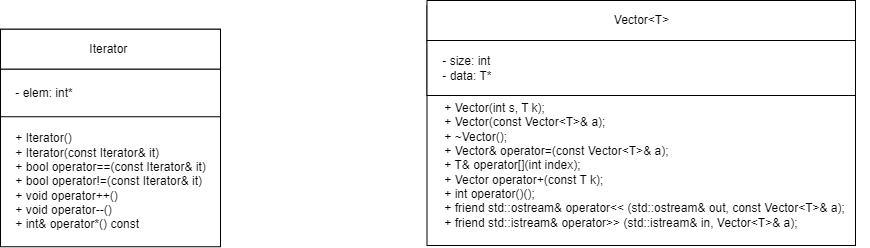
Before: 2 Семестр/Class/Лаба 7/Лаба 7 Классы.png, a diagram exported from draw.io (IlyaFedoseev227/LABS-PNRPU-IVT-22-1b). Source tidied: cells renumbered, new cells last; positions are measured from the earlier drawing's top-left corner, leaving out a move shared by most shapes.
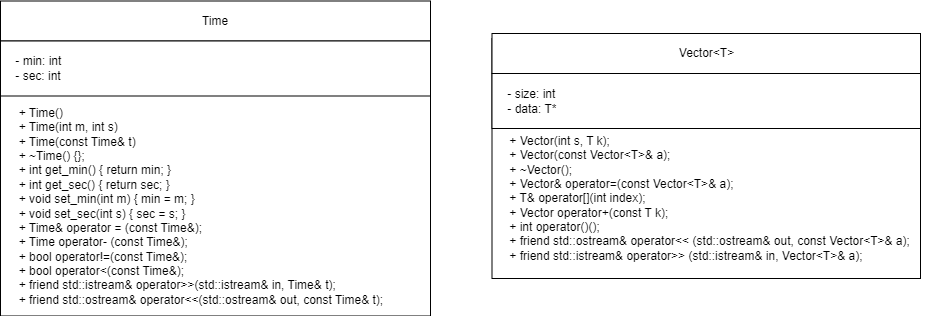
The same file after the commit.

What changed in the source:
```diff
@@ -17,20 +17,20 @@
     <mxCell id="6" value="&lt;div&gt;&amp;nbsp; &amp;nbsp; + Vector(int s, T k);&lt;span style=&quot;&quot;&gt;&lt;/span&gt;&lt;/div&gt;&lt;div&gt;&lt;span style=&quot;&quot;&gt;&lt;span style=&quot;&quot;&gt;&lt;span style=&quot;white-space: pre;&quot;&gt;&amp;nbsp;&amp;nbsp;&amp;nbsp;&amp;nbsp;+ &lt;/span&gt;&lt;/span&gt;Vector(const Vector&amp;lt;T&amp;gt;&amp;amp; a);&lt;/span&gt;&lt;/div&gt;&lt;div&gt;&lt;span style=&quot;&quot;&gt;&lt;span style=&quot;&quot;&gt;&lt;span style=&quot;white-space: pre;&quot;&gt;&amp;nbsp;&amp;nbsp;&amp;nbsp;&amp;nbsp;+ &lt;/span&gt;&lt;/span&gt;~Vector();&lt;/span&gt;&lt;/div&gt;&lt;div&gt;&lt;span style=&quot;&quot;&gt;&lt;span style=&quot;&quot;&gt;&lt;span style=&quot;white-space: pre;&quot;&gt;&amp;nbsp;&amp;nbsp;&amp;nbsp;&amp;nbsp;+ &lt;/span&gt;&lt;/span&gt;Vector&amp;amp; operator=(const Vector&amp;lt;T&amp;gt;&amp;amp; a);&lt;/span&gt;&lt;/div&gt;&lt;div&gt;&lt;span style=&quot;&quot;&gt;&lt;span style=&quot;&quot;&gt;&lt;span style=&quot;white-space: pre;&quot;&gt;&amp;nbsp;&amp;nbsp;&amp;nbsp;&amp;nbsp;+ &lt;/span&gt;&lt;/span&gt;T&amp;amp; operator[](int index);&lt;/span&gt;&lt;/div&gt;&lt;div&gt;&lt;span style=&quot;&quot;&gt;&lt;span style=&quot;&quot;&gt;&lt;span style=&quot;white-space: pre;&quot;&gt;&amp;nbsp;&amp;nbsp;&amp;nbsp;&amp;nbsp;+ &lt;/span&gt;&lt;/span&gt;Vector operator+(const T k);&lt;/span&gt;&lt;/div&gt;&lt;div&gt;&lt;span style=&quot;&quot;&gt;&lt;span style=&quot;&quot;&gt;&lt;span style=&quot;white-space: pre;&quot;&gt;&amp;nbsp;&amp;nbsp;&amp;nbsp;&amp;nbsp;+ &lt;/span&gt;&lt;/span&gt;int operator()();&lt;/span&gt;&lt;/div&gt;&lt;div&gt;&lt;span style=&quot;&quot;&gt;&lt;span style=&quot;&quot;&gt;&lt;span style=&quot;white-space: pre;&quot;&gt;&amp;nbsp;&amp;nbsp;&amp;nbsp;&amp;nbsp;+ &lt;/span&gt;&lt;/span&gt;friend std::ostream&amp;amp; operator&amp;lt;&amp;lt; (std::ostream&amp;amp; out, const Vector&amp;lt;T&amp;gt;&amp;amp; a);&lt;/span&gt;&lt;/div&gt;&lt;div&gt;&lt;span style=&quot;&quot;&gt;&lt;span style=&quot;&quot;&gt;&lt;span style=&quot;white-space: pre;&quot;&gt;&amp;nbsp;&amp;nbsp;&amp;nbsp;&amp;nbsp;+ &lt;/span&gt;&lt;/span&gt;friend std::istream&amp;amp; operator&amp;gt;&amp;gt; (std::istream&amp;amp; in, Vector&amp;lt;T&amp;gt;&amp;amp; a);&lt;/span&gt;&lt;/div&gt;" style="text;html=1;align=left;verticalAlign=middle;strokeColor=none;fillColor=none;" parent="1" vertex="1">
       <mxGeometry x="429" y="95" width="440" height="140" as="geometry" />
     </mxCell>
-    <mxCell id="7" style="rounded=0;whiteSpace=wrap;html=1;" parent="1" vertex="1">
-      <mxGeometry y="28.8" width="220" height="217.5" as="geometry" />
-    </mxCell>
-    <mxCell id="8" value="Iterator&amp;nbsp;" style="rounded=0;whiteSpace=wrap;html=1;" parent="1" vertex="1">
-      <mxGeometry y="28.8" width="220" height="40" as="geometry" />
-    </mxCell>
-    <mxCell id="9" value="&lt;div&gt;&amp;nbsp; &amp;nbsp; + Iterator()&lt;/div&gt;&lt;div&gt;&amp;nbsp; &amp;nbsp; +&amp;nbsp;Iterator(const Iterator&amp;amp; it)&lt;/div&gt;&lt;div&gt;&amp;nbsp; &amp;nbsp; +&amp;nbsp;bool operator==(const Iterator&amp;amp; it)&amp;nbsp;&lt;/div&gt;&lt;div&gt;&lt;span style=&quot;background-color: initial;&quot;&gt;&amp;nbsp; &amp;nbsp; +&amp;nbsp;bool operator!=(const Iterator&amp;amp; it)&lt;/span&gt;&lt;/div&gt;&lt;div&gt;&lt;span style=&quot;background-color: initial;&quot;&gt;&amp;nbsp; &amp;nbsp; + void operator++()&lt;/span&gt;&lt;/div&gt;&lt;div&gt;&lt;span style=&quot;background-color: initial;&quot;&gt;&amp;nbsp; &amp;nbsp; + void operator--()&lt;/span&gt;&lt;/div&gt;&lt;div&gt;&lt;span style=&quot;background-color: initial;&quot;&gt;&amp;nbsp; &amp;nbsp; + int&amp;amp; operator*() const&lt;/span&gt;&lt;/div&gt;" style="text;html=1;align=left;verticalAlign=middle;strokeColor=none;fillColor=none;" parent="1" vertex="1">
-      <mxGeometry y="126.2" width="230" height="110" as="geometry" />
-    </mxCell>
-    <mxCell id="10" value="&lt;div style=&quot;text-align: left;&quot;&gt;&lt;/div&gt;" style="rounded=0;whiteSpace=wrap;html=1;" parent="1" vertex="1">
-      <mxGeometry y="68.8" width="220" height="47.5" as="geometry" />
-    </mxCell>
-    <mxCell id="11" value="&lt;div style=&quot;border-color: var(--border-color);&quot;&gt;&lt;div style=&quot;border-color: var(--border-color);&quot;&gt;&lt;div style=&quot;border-color: var(--border-color);&quot;&gt;&lt;span style=&quot;&quot;&gt;&amp;nbsp;&amp;nbsp;&amp;nbsp;&amp;nbsp;- elem&lt;/span&gt;&lt;span style=&quot;background-color: initial;&quot;&gt;: int*&lt;/span&gt;&lt;/div&gt;&lt;/div&gt;&lt;/div&gt;" style="text;html=1;align=left;verticalAlign=middle;strokeColor=none;fillColor=none;" parent="1" vertex="1">
-      <mxGeometry y="77.5" width="90" height="30" as="geometry" />
-    </mxCell>
+    <mxCell id="12" style="rounded=0;whiteSpace=wrap;html=1;" parent="1" vertex="1">
+      <mxGeometry x="-65" y="-27.5" width="430" height="310" as="geometry" />
+    </mxCell>
+    <mxCell id="13" value="Time" style="rounded=0;whiteSpace=wrap;html=1;" parent="1" vertex="1">
+      <mxGeometry x="-65" y="-32.5" width="430" height="40" as="geometry" />
+    </mxCell>
+    <mxCell id="14" value="&lt;div style=&quot;text-align: left;&quot;&gt;&lt;/div&gt;" style="rounded=0;whiteSpace=wrap;html=1;" parent="1" vertex="1">
+      <mxGeometry x="-65" y="7.5" width="430" height="55" as="geometry" />
+    </mxCell>
+    <mxCell id="15" value="&lt;div style=&quot;border-color: var(--border-color);&quot;&gt;&lt;div style=&quot;border-color: var(--border-color);&quot;&gt;&lt;div style=&quot;border-color: var(--border-color);&quot;&gt;&lt;span style=&quot;&quot;&gt;&amp;nbsp;&amp;nbsp;&amp;nbsp;&amp;nbsp;- min&lt;/span&gt;&lt;span style=&quot;background-color: initial;&quot;&gt;: int&lt;/span&gt;&lt;/div&gt;&lt;div style=&quot;border-color: var(--border-color);&quot;&gt;&lt;span style=&quot;&quot;&gt;&lt;span style=&quot;&quot;&gt;&amp;nbsp;&amp;nbsp;&amp;nbsp;&amp;nbsp;- sec&lt;/span&gt;&lt;/span&gt;: int&lt;/div&gt;&lt;/div&gt;&lt;/div&gt;" style="text;html=1;align=left;verticalAlign=middle;strokeColor=none;fillColor=none;" parent="1" vertex="1">
+      <mxGeometry x="-65" y="15" width="80" height="40" as="geometry" />
+    </mxCell>
+    <mxCell id="16" value="&lt;div&gt;&amp;nbsp; &amp;nbsp; &amp;nbsp;+ Time()&lt;/div&gt;&lt;div&gt;&lt;span style=&quot;background-color: initial;&quot;&gt;&amp;nbsp; &amp;nbsp; &amp;nbsp;+ Time(int m, int s)&amp;nbsp;&lt;/span&gt;&lt;br&gt;&lt;/div&gt;&lt;div&gt;&lt;span style=&quot;background-color: initial;&quot;&gt;&amp;nbsp; &amp;nbsp; &amp;nbsp;+ Time(const Time&amp;amp; t)&lt;/span&gt;&lt;br&gt;&lt;/div&gt;&lt;div&gt;&lt;span style=&quot;background-color: initial;&quot;&gt;&amp;nbsp; &amp;nbsp; &amp;nbsp;+ ~Time() {};&lt;/span&gt;&lt;/div&gt;&lt;div&gt;&lt;span style=&quot;&quot;&gt;&lt;span style=&quot;&quot;&gt;&lt;span style=&quot;white-space: pre;&quot;&gt;&amp;nbsp;&amp;nbsp;&amp;nbsp;&amp;nbsp; + &lt;/span&gt;&lt;/span&gt;int get_min() { return min; }&lt;/span&gt;&lt;/div&gt;&lt;div&gt;&lt;span style=&quot;&quot;&gt;&lt;span style=&quot;&quot;&gt;&lt;span style=&quot;white-space: pre;&quot;&gt;&amp;nbsp;&amp;nbsp;&amp;nbsp;&amp;nbsp; + &lt;/span&gt;&lt;/span&gt;int get_sec() { return sec; }&lt;/span&gt;&lt;/div&gt;&lt;div&gt;&lt;span style=&quot;&quot;&gt;&lt;span style=&quot;&quot;&gt;&lt;span style=&quot;white-space: pre;&quot;&gt;&amp;nbsp;&amp;nbsp;&amp;nbsp;&amp;nbsp; + &lt;/span&gt;&lt;/span&gt;void set_min(int m) { min = m; }&lt;/span&gt;&lt;/div&gt;&lt;div&gt;&lt;span style=&quot;&quot;&gt;&lt;span style=&quot;&quot;&gt;&lt;span style=&quot;white-space: pre;&quot;&gt;&amp;nbsp;&amp;nbsp;&amp;nbsp;&amp;nbsp; + &lt;/span&gt;&lt;/span&gt;void set_sec(int s) { sec = s; }&lt;/span&gt;&lt;/div&gt;&lt;div&gt;&lt;span style=&quot;&quot;&gt;&lt;span style=&quot;&quot;&gt;&lt;span style=&quot;white-space: pre;&quot;&gt;&amp;nbsp;&amp;nbsp;&amp;nbsp;&amp;nbsp; + &lt;/span&gt;&lt;/span&gt;Time&amp;amp; operator = (const Time&amp;amp;);&lt;/span&gt;&lt;/div&gt;&lt;div&gt;&lt;span style=&quot;&quot;&gt;&lt;span style=&quot;&quot;&gt;&lt;span style=&quot;white-space: pre;&quot;&gt;&amp;nbsp;&amp;nbsp;&amp;nbsp;&amp;nbsp; + &lt;/span&gt;&lt;/span&gt;Time operator- (const Time&amp;amp;);&lt;/span&gt;&lt;/div&gt;&lt;div&gt;&lt;span style=&quot;&quot;&gt;&lt;span style=&quot;&quot;&gt;&lt;span style=&quot;white-space: pre;&quot;&gt;&amp;nbsp;&amp;nbsp;&amp;nbsp;&amp;nbsp; + &lt;/span&gt;&lt;/span&gt;bool operator!=(const Time&amp;amp;);&lt;/span&gt;&lt;/div&gt;&lt;div&gt;&lt;span style=&quot;&quot;&gt;&lt;span style=&quot;&quot;&gt;&lt;span style=&quot;white-space: pre;&quot;&gt;&amp;nbsp;&amp;nbsp;&amp;nbsp;&amp;nbsp; + &lt;/span&gt;&lt;/span&gt;bool operator&amp;lt;(const Time&amp;amp;);&lt;/span&gt;&lt;/div&gt;&lt;div&gt;&lt;span style=&quot;&quot;&gt;&lt;span style=&quot;&quot;&gt;&lt;span style=&quot;white-space: pre;&quot;&gt;&amp;nbsp;&amp;nbsp;&amp;nbsp;&amp;nbsp; + &lt;/span&gt;&lt;/span&gt;friend std::istream&amp;amp; operator&amp;gt;&amp;gt;(std::istream&amp;amp; in, Time&amp;amp; t);&lt;/span&gt;&lt;/div&gt;&lt;div&gt;&lt;span style=&quot;&quot;&gt;&lt;span style=&quot;&quot;&gt;&lt;span style=&quot;white-space: pre;&quot;&gt;&amp;nbsp;&amp;nbsp;&amp;nbsp;&amp;nbsp; + &lt;/span&gt;&lt;/span&gt;friend std::ostream&amp;amp; operator&amp;lt;&amp;lt;(std::ostream&amp;amp; out, const Time&amp;amp; t);&lt;/span&gt;&lt;/div&gt;" style="text;html=1;align=left;verticalAlign=middle;strokeColor=none;fillColor=none;" parent="1" vertex="1">
+      <mxGeometry x="-65" y="62.5" width="400" height="220" as="geometry" />
+    </mxCell>
   </root>
 </mxGraphModel>
```
